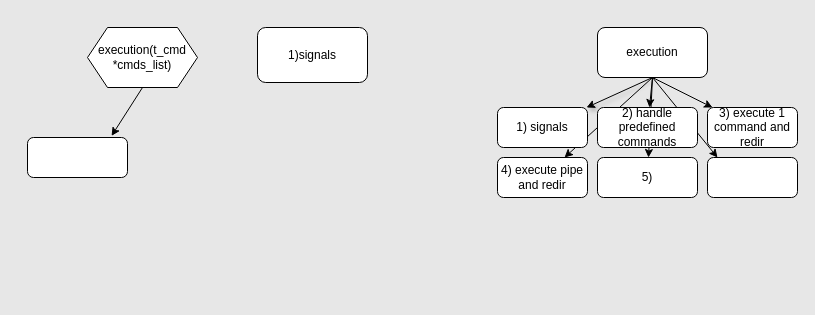
Moabed21/Minishell keeps this draw.io diagram as info/draw.drawio. Above is the earlier version. Source tidied: cells renumbered, new cells numbered last; positions are measured from the earlier drawing's top-left corner, leaving out a move shared by most shapes. Both pictures are drawn from the tidied source at 100%, with x=0, y=0 at pixel (27, 27).
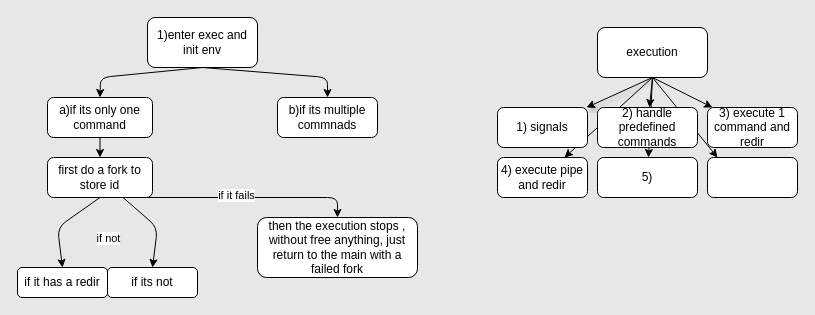
The same page after the edit.

Commit message (it also covers changes not shown here):
signals , builtins done , remaining heredoc & execution flow (in process)

The edit, as a diff of the source:
```diff
@@
-    <mxCell id="15" value="1)signals" style="rounded=1;whiteSpace=wrap;html=1;" parent="1" vertex="1">
-      <mxGeometry x="230" width="110" height="55" as="geometry" />
-    </mxCell>
-    <mxCell id="16" style="edgeStyle=none;html=1;exitX=0.5;exitY=1;exitDx=0;exitDy=0;entryX=0.841;entryY=-0.041;entryDx=0;entryDy=0;entryPerimeter=0;" parent="1" edge="1" source="17" target="18">
-      <mxGeometry relative="1" as="geometry" />
-    </mxCell>
-    <mxCell id="17" value="execution(t_cmd *cmds_list)" style="shape=hexagon;perimeter=hexagonPerimeter2;whiteSpace=wrap;html=1;fixedSize=1;" parent="1" vertex="1">
-      <mxGeometry x="60" width="110" height="60" as="geometry" />
-    </mxCell>
-    <mxCell id="18" style="rounded=1;whiteSpace=wrap;html=1;" parent="1" vertex="1">
-      <mxGeometry y="110" width="100" height="40" as="geometry" />
-    </mxCell>
+    <mxCell id="19" style="edgeStyle=none;html=1;exitX=0.5;exitY=1;exitDx=0;exitDy=0;entryX=0.5;entryY=0;entryDx=0;entryDy=0;" parent="1" edge="1" source="21" target="23">
+      <mxGeometry relative="1" as="geometry">
+        <Array as="points">
+          <mxPoint x="73" y="50" />
+        </Array>
+      </mxGeometry>
+    </mxCell>
+    <mxCell id="20" style="edgeStyle=none;html=1;exitX=0.5;exitY=1;exitDx=0;exitDy=0;" parent="1" edge="1" source="21" target="24">
+      <mxGeometry relative="1" as="geometry">
+        <Array as="points">
+          <mxPoint x="300" y="50" />
+        </Array>
+      </mxGeometry>
+    </mxCell>
+    <mxCell id="21" value="1)enter exec and init env" style="rounded=1;whiteSpace=wrap;html=1;" parent="1" vertex="1">
+      <mxGeometry x="120" y="-10" width="110" height="50" as="geometry" />
+    </mxCell>
+    <mxCell id="22" style="edgeStyle=none;html=1;exitX=0.5;exitY=1;exitDx=0;exitDy=0;entryX=0.5;entryY=0;entryDx=0;entryDy=0;" parent="1" edge="1" source="23" target="32">
+      <mxGeometry relative="1" as="geometry" />
+    </mxCell>
+    <mxCell id="23" value="a)if its only one command" style="rounded=1;whiteSpace=wrap;html=1;" parent="1" vertex="1">
+      <mxGeometry x="20" y="70" width="105" height="40" as="geometry" />
+    </mxCell>
+    <mxCell id="24" value="b)if its multiple commnads" style="rounded=1;whiteSpace=wrap;html=1;" parent="1" vertex="1">
+      <mxGeometry x="250" y="70" width="100" height="40" as="geometry" />
+    </mxCell>
+    <mxCell id="25" value="if it has a redir" style="rounded=1;whiteSpace=wrap;html=1;" parent="1" vertex="1">
+      <mxGeometry x="-10" y="240" width="90" height="30" as="geometry" />
+    </mxCell>
+    <mxCell id="26" value="if its not" style="rounded=1;whiteSpace=wrap;html=1;" parent="1" vertex="1">
+      <mxGeometry x="80" y="240" width="90" height="30" as="geometry" />
+    </mxCell>
+    <mxCell id="27" style="edgeStyle=none;html=1;exitX=0.5;exitY=1;exitDx=0;exitDy=0;entryX=0.5;entryY=0;entryDx=0;entryDy=0;" parent="1" edge="1" source="32" target="33">
+      <mxGeometry relative="1" as="geometry">
+        <Array as="points">
+          <mxPoint x="310" y="170" />
+        </Array>
+      </mxGeometry>
+    </mxCell>
+    <mxCell id="28" value="if it fails" style="edgeLabel;html=1;align=center;verticalAlign=middle;" parent="27" vertex="1">
+      <mxGeometry x="0.06" y="3" relative="1" as="geometry" />
+    </mxCell>
+    <mxCell id="29" style="edgeStyle=none;html=1;exitX=0.5;exitY=1;exitDx=0;exitDy=0;entryX=0.5;entryY=0;entryDx=0;entryDy=0;" parent="1" edge="1" source="32" target="25">
+      <mxGeometry relative="1" as="geometry">
+        <Array as="points">
+          <mxPoint x="30" y="200" />
+        </Array>
+      </mxGeometry>
+    </mxCell>
+    <mxCell id="30" value="if not" style="edgeLabel;html=1;align=center;verticalAlign=middle;" parent="29" vertex="1">
+      <mxGeometry x="0.09" y="-2" relative="1" as="geometry">
+        <mxPoint x="50" y="13" as="offset" />
+      </mxGeometry>
+    </mxCell>
+    <mxCell id="31" style="edgeStyle=none;html=1;entryX=0.5;entryY=0;entryDx=0;entryDy=0;" parent="1" edge="1" source="32" target="26">
+      <mxGeometry relative="1" as="geometry">
+        <Array as="points">
+          <mxPoint x="130" y="200" />
+        </Array>
+      </mxGeometry>
+    </mxCell>
+    <mxCell id="32" value="first do a fork to store id" style="rounded=1;whiteSpace=wrap;html=1;" parent="1" vertex="1">
+      <mxGeometry x="20" y="130" width="105" height="40" as="geometry" />
+    </mxCell>
+    <mxCell id="33" value="then the execution stops , without free anything, just return to the main with a failed fork" style="rounded=1;whiteSpace=wrap;html=1;" parent="1" vertex="1">
+      <mxGeometry x="230" y="190" width="160" height="60" as="geometry" />
+    </mxCell>
```
